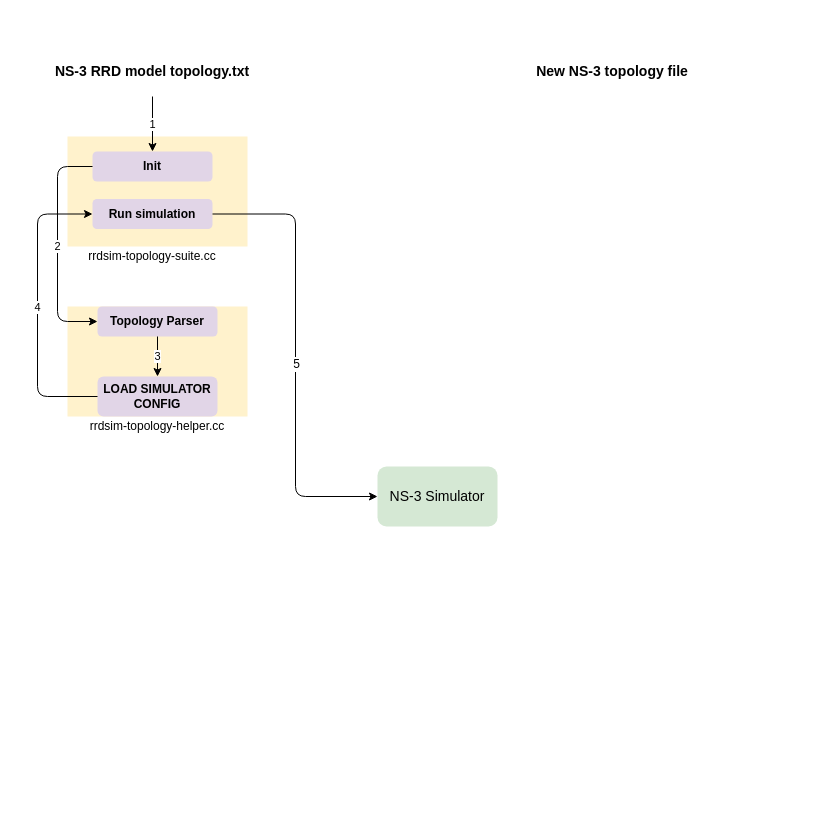
sugchand/drawio keeps this draw.io diagram as topology parser arch.drawio. Above is the earlier version. Source tidied: cells renumbered, new cells numbered last; positions are measured from the earlier drawing's top-left corner, leaving out a move shared by most shapes. Both pictures are drawn from the tidied source at 100%, with x=0, y=0 at pixel (37, 46).
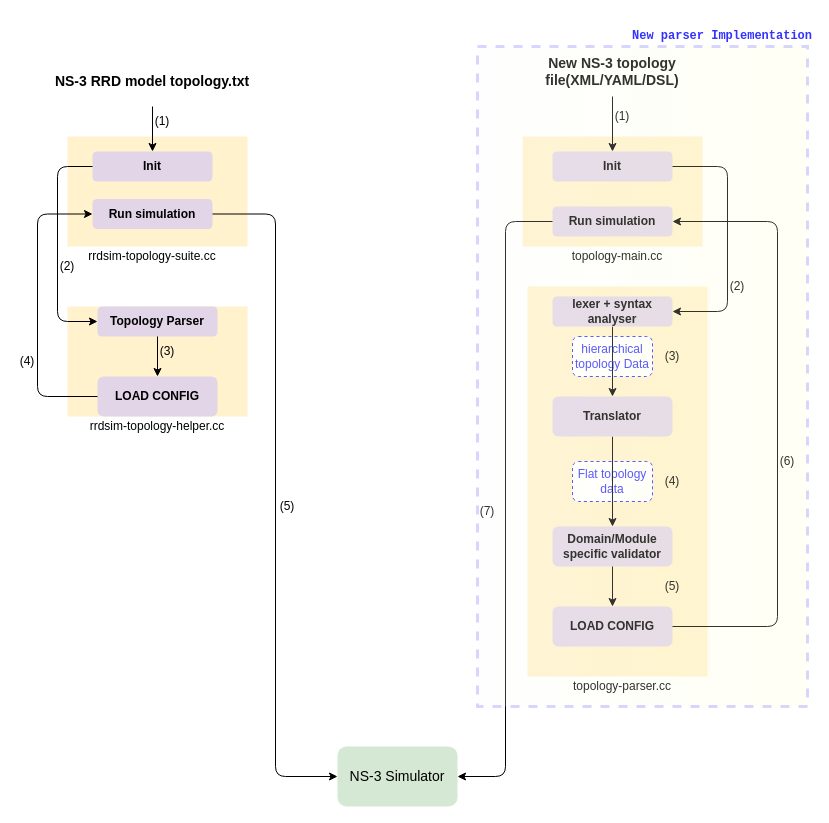
After the change.

The change refers to these unchanged cells:
```xml
<mxCell id="5" style="group;" parent="1" vertex="1">
  <mxGeometry x="30" y="260" width="180" height="130" as="geometry" />
</mxCell>
<mxCell id="8" value="&lt;b&gt;Topology Parser&lt;/b&gt;" style="rounded=1;whiteSpace=wrap;html=1;fillColor=#e1d5e7;strokeColor=none;" parent="5" vertex="1">
  <mxGeometry x="30" width="120" height="30" as="geometry" />
</mxCell>
<mxCell id="14" value="&lt;b&gt;Init&lt;/b&gt;" style="rounded=1;whiteSpace=wrap;html=1;fillColor=#e1d5e7;strokeColor=none;" parent="11" vertex="1">
  <mxGeometry x="25" y="15" width="120" height="30" as="geometry" />
</mxCell>
<mxCell id="15" value="&lt;b&gt;Run simulation&lt;/b&gt;" style="rounded=1;whiteSpace=wrap;html=1;fillColor=#e1d5e7;strokeColor=none;" parent="11" vertex="1">
  <mxGeometry x="25" y="62.5" width="120" height="30" as="geometry" />
</mxCell>
<mxCell id="19" style="endArrow=classic;html=1;exitX=1;exitY=0.5;exitDx=0;exitDy=0;entryX=0;entryY=0.5;entryDx=0;entryDy=0;edgeStyle=elbowEdgeStyle;" parent="1" edge="1" source="15" target="4">
  <mxGeometry relative="1" as="geometry" />
</mxCell>
```

What changed in the source:
```diff
@@
+    <mxCell id="21" style="rounded=0;whiteSpace=wrap;html=1;fillColor=#fff2cc;strokeColor=none;" parent="1" vertex="1">
+      <mxGeometry x="490" y="240" width="180" height="390" as="geometry" />
+    </mxCell>
+    <mxCell id="22" value="&lt;font color=&quot;#3333ff&quot;&gt;Flat topology data&lt;/font&gt;" style="rounded=1;whiteSpace=wrap;html=1;dashed=1;strokeColor=#3333FF;" parent="1" vertex="1">
+      <mxGeometry x="535" y="415" width="80" height="40" as="geometry" />
+    </mxCell>
+    <mxCell id="23" value="&lt;font color=&quot;#3333ff&quot;&gt;hierarchical topology Data&lt;/font&gt;" style="rounded=1;whiteSpace=wrap;html=1;dashed=1;strokeColor=#3333FF;" parent="1" vertex="1">
+      <mxGeometry x="535" y="290" width="80" height="40" as="geometry" />
+    </mxCell>
     <mxCell id="2" value="&lt;span style=&quot;font-size: 14px&quot;&gt;&lt;b&gt;NS-3 RRD model topology.txt&lt;/b&gt;&lt;/span&gt;" style="text;html=1;strokeColor=none;fillColor=none;align=center;verticalAlign=middle;whiteSpace=wrap;rounded=0;" parent="1" vertex="1">
-      <mxGeometry x="10" width="210" height="50" as="geometry" />
+      <mxGeometry x="10" y="10" width="210" height="50" as="geometry" />
     </mxCell>
-    <mxCell id="3" value="&lt;span style=&quot;font-size: 14px&quot;&gt;&lt;b&gt;New NS-3 topology file&lt;/b&gt;&lt;/span&gt;" style="text;html=1;strokeColor=none;fillColor=none;align=center;verticalAlign=middle;whiteSpace=wrap;rounded=0;" parent="1" vertex="1">
+    <mxCell id="3" value="&lt;span style=&quot;font-size: 14px&quot;&gt;&lt;b&gt;New NS-3 topology file(XML/YAML/DSL)&lt;/b&gt;&lt;/span&gt;" style="text;html=1;strokeColor=none;fillColor=none;align=center;verticalAlign=middle;whiteSpace=wrap;rounded=0;" parent="1" vertex="1">
       <mxGeometry x="470" width="210" height="50" as="geometry" />
     </mxCell>
     <mxCell id="4" value="&lt;font style=&quot;font-size: 14px&quot;&gt;NS-3 Simulator&lt;/font&gt;" style="rounded=1;whiteSpace=wrap;html=1;fillColor=#d5e8d4;strokeColor=none;" parent="1" vertex="1">
-      <mxGeometry x="340" y="420" width="120" height="60" as="geometry" />
+      <mxGeometry x="300" y="700" width="120" height="60" as="geometry" />
     </mxCell>
@@
-    <mxCell id="9" value="&lt;b&gt;LOAD SIMULATOR CONFIG&lt;/b&gt;" style="rounded=1;whiteSpace=wrap;html=1;fillColor=#e1d5e7;strokeColor=none;" parent="5" vertex="1">
+    <mxCell id="9" value="&lt;b&gt;LOAD CONFIG&lt;/b&gt;" style="rounded=1;whiteSpace=wrap;html=1;fillColor=#e1d5e7;strokeColor=none;" parent="5" vertex="1">
       <mxGeometry x="30" y="70" width="120" height="40" as="geometry" />
     </mxCell>
-    <mxCell id="10" value="3" style="endArrow=classic;html=1;exitX=0.5;exitY=1;exitDx=0;exitDy=0;" parent="5" edge="1" source="8" target="9">
+    <mxCell id="10" style="endArrow=classic;html=1;exitX=0.5;exitY=1;exitDx=0;exitDy=0;" parent="5" edge="1" source="8" target="9">
       <mxGeometry relative="1" as="geometry" />
     </mxCell>
+    <mxCell id="24" value="(3)" style="text;html=1;strokeColor=none;fillColor=none;align=center;verticalAlign=middle;whiteSpace=wrap;rounded=0;dashed=1;" parent="5" vertex="1">
+      <mxGeometry x="90" y="35" width="20" height="20" as="geometry" />
+    </mxCell>
@@
-    <mxCell id="16" value="1" style="endArrow=classic;html=1;" parent="1" edge="1" source="2" target="14">
+    <mxCell id="16" style="endArrow=classic;html=1;" parent="1" edge="1" source="2" target="14">
       <mxGeometry relative="1" as="geometry" />
     </mxCell>
-    <mxCell id="17" value="4" style="endArrow=classic;html=1;exitX=0;exitY=0.5;exitDx=0;exitDy=0;entryX=0;entryY=0.5;entryDx=0;entryDy=0;edgeStyle=elbowEdgeStyle;elbow=horizontal;" parent="1" edge="1" source="9" target="15">
+    <mxCell id="17" style="endArrow=classic;html=1;exitX=0;exitY=0.5;exitDx=0;exitDy=0;entryX=0;entryY=0.5;entryDx=0;entryDy=0;edgeStyle=elbowEdgeStyle;elbow=vertical;" parent="1" edge="1" source="9" target="15">
       <mxGeometry relative="1" as="geometry">
         <Array as="points">
           <mxPoint y="260" />
         </Array>
       </mxGeometry>
     </mxCell>
-    <mxCell id="18" value="2" style="endArrow=classic;html=1;exitX=0;exitY=0.5;exitDx=0;exitDy=0;edgeStyle=elbowEdgeStyle;elbow=vertical;entryX=0;entryY=0.5;entryDx=0;entryDy=0;" parent="1" edge="1" source="14" target="8">
+    <mxCell id="18" style="endArrow=classic;html=1;exitX=0;exitY=0.5;exitDx=0;exitDy=0;edgeStyle=elbowEdgeStyle;elbow=horizontal;entryX=0;entryY=0.5;entryDx=0;entryDy=0;" parent="1" edge="1" source="14" target="8">
       <mxGeometry relative="1" as="geometry">
         <Array as="points">
           <mxPoint x="20" y="190" />
         </Array>
       </mxGeometry>
     </mxCell>
@@
-    <mxCell id="20" value="5" style="text;html=1;align=center;verticalAlign=middle;labelBackgroundColor=#ffffff;" parent="19" vertex="1">
-      <mxGeometry x="0.04" relative="1" as="geometry" />
-    </mxCell>
+    <mxCell id="25" style="rounded=0;whiteSpace=wrap;html=1;fillColor=#fff2cc;strokeColor=none;" parent="1" vertex="1">
+      <mxGeometry x="485" y="90" width="180" height="110" as="geometry" />
+    </mxCell>
+    <mxCell id="26" value="topology-main.cc" style="text;html=1;strokeColor=none;fillColor=none;align=center;verticalAlign=middle;whiteSpace=wrap;rounded=0;" parent="1" vertex="1">
+      <mxGeometry x="500" y="200" width="160" height="20" as="geometry" />
+    </mxCell>
+    <mxCell id="27" value="topology-parser.cc" style="text;html=1;strokeColor=none;fillColor=none;align=center;verticalAlign=middle;whiteSpace=wrap;rounded=0;" parent="1" vertex="1">
+      <mxGeometry x="505" y="630" width="160" height="20" as="geometry" />
+    </mxCell>
+    <mxCell id="28" value="&lt;b&gt;Init&lt;/b&gt;" style="rounded=1;whiteSpace=wrap;html=1;fillColor=#e1d5e7;strokeColor=none;" parent="1" vertex="1">
+      <mxGeometry x="515" y="105" width="120" height="30" as="geometry" />
+    </mxCell>
+    <mxCell id="29" value="&lt;b&gt;Run simulation&lt;/b&gt;" style="rounded=1;whiteSpace=wrap;html=1;fillColor=#e1d5e7;strokeColor=none;" parent="1" vertex="1">
+      <mxGeometry x="515" y="160" width="120" height="30" as="geometry" />
+    </mxCell>
+    <mxCell id="30" style="edgeStyle=elbowEdgeStyle;rounded=0;jettySize=auto;html=1;exitX=0.5;exitY=1;exitDx=0;exitDy=0;entryX=0.5;entryY=0;entryDx=0;entryDy=0;" parent="1" edge="1" source="31" target="33">
+      <mxGeometry relative="1" as="geometry" />
+    </mxCell>
+    <mxCell id="31" value="&lt;b&gt;lexer + syntax analyser&lt;/b&gt;" style="rounded=1;whiteSpace=wrap;html=1;fillColor=#e1d5e7;strokeColor=none;" parent="1" vertex="1">
+      <mxGeometry x="515" y="250" width="120" height="30" as="geometry" />
+    </mxCell>
+    <mxCell id="32" style="endArrow=classic;html=1;exitX=0.5;exitY=1;exitDx=0;exitDy=0;entryX=0.5;entryY=0;entryDx=0;entryDy=0;" parent="1" edge="1" source="33" target="34">
+      <mxGeometry relative="1" as="geometry" />
+    </mxCell>
+    <mxCell id="33" value="&lt;b&gt;Translator&lt;/b&gt;" style="rounded=1;whiteSpace=wrap;html=1;fillColor=#e1d5e7;strokeColor=none;" parent="1" vertex="1">
+      <mxGeometry x="515" y="350" width="120" height="40" as="geometry" />
+    </mxCell>
+    <mxCell id="34" value="&lt;b&gt;Domain/Module specific validator&lt;/b&gt;" style="rounded=1;whiteSpace=wrap;html=1;fillColor=#e1d5e7;strokeColor=none;" parent="1" vertex="1">
+      <mxGeometry x="515" y="480" width="120" height="40" as="geometry" />
+    </mxCell>
+    <mxCell id="35" value="&lt;b&gt;LOAD CONFIG&lt;/b&gt;" style="rounded=1;whiteSpace=wrap;html=1;fillColor=#e1d5e7;strokeColor=none;" parent="1" vertex="1">
+      <mxGeometry x="515" y="560" width="120" height="40" as="geometry" />
+    </mxCell>
+    <mxCell id="36" style="endArrow=classic;html=1;exitX=0.5;exitY=1;exitDx=0;exitDy=0;" parent="1" edge="1" source="34" target="35">
+      <mxGeometry relative="1" as="geometry" />
+    </mxCell>
+    <mxCell id="37" style="edgeStyle=elbowEdgeStyle;rounded=0;jettySize=auto;html=1;exitX=0.5;exitY=1;exitDx=0;exitDy=0;entryX=0.5;entryY=0;entryDx=0;entryDy=0;" parent="1" edge="1" source="3" target="28">
+      <mxGeometry relative="1" as="geometry" />
+    </mxCell>
+    <mxCell id="38" value="(1)" style="text;html=1;strokeColor=none;fillColor=none;align=center;verticalAlign=middle;whiteSpace=wrap;rounded=0;dashed=1;" parent="1" vertex="1">
+      <mxGeometry x="575" y="60" width="20" height="20" as="geometry" />
+    </mxCell>
+    <mxCell id="39" value="(3)" style="text;html=1;strokeColor=none;fillColor=none;align=center;verticalAlign=middle;whiteSpace=wrap;rounded=0;dashed=1;" parent="1" vertex="1">
+      <mxGeometry x="625" y="300" width="20" height="20" as="geometry" />
+    </mxCell>
+    <mxCell id="40" value="(4)" style="text;html=1;strokeColor=none;fillColor=none;align=center;verticalAlign=middle;whiteSpace=wrap;rounded=0;dashed=1;" parent="1" vertex="1">
+      <mxGeometry x="625" y="425" width="20" height="20" as="geometry" />
+    </mxCell>
+    <mxCell id="41" value="(5)" style="text;html=1;strokeColor=none;fillColor=none;align=center;verticalAlign=middle;whiteSpace=wrap;rounded=0;dashed=1;" parent="1" vertex="1">
+      <mxGeometry x="625" y="530" width="20" height="20" as="geometry" />
+    </mxCell>
+    <mxCell id="42" style="endArrow=classic;html=1;exitX=1;exitY=0.5;exitDx=0;exitDy=0;entryX=1;entryY=0.5;entryDx=0;entryDy=0;edgeStyle=elbowEdgeStyle;" parent="1" edge="1" source="28" target="31">
+      <mxGeometry relative="1" as="geometry">
+        <Array as="points">
+          <mxPoint x="690" y="193" />
+        </Array>
+      </mxGeometry>
+    </mxCell>
+    <mxCell id="43" value="(2)" style="text;html=1;strokeColor=none;fillColor=none;align=center;verticalAlign=middle;whiteSpace=wrap;rounded=0;dashed=1;" parent="1" vertex="1">
+      <mxGeometry x="690" y="230" width="20" height="20" as="geometry" />
+    </mxCell>
+    <mxCell id="44" style="endArrow=classic;html=1;exitX=1;exitY=0.5;exitDx=0;exitDy=0;entryX=1;entryY=0.5;entryDx=0;entryDy=0;edgeStyle=elbowEdgeStyle;" parent="1" edge="1" source="35" target="29">
+      <mxGeometry relative="1" as="geometry">
+        <Array as="points">
+          <mxPoint x="740" y="378" />
+        </Array>
+      </mxGeometry>
+    </mxCell>
+    <mxCell id="45" value="(6)" style="text;html=1;strokeColor=none;fillColor=none;align=center;verticalAlign=middle;whiteSpace=wrap;rounded=0;dashed=1;" parent="1" vertex="1">
+      <mxGeometry x="740" y="405" width="20" height="20" as="geometry" />
+    </mxCell>
+    <mxCell id="46" style="endArrow=classic;html=1;exitX=0;exitY=0.5;exitDx=0;exitDy=0;entryX=1;entryY=0.5;entryDx=0;entryDy=0;edgeStyle=elbowEdgeStyle;" parent="1" edge="1" source="29" target="4">
+      <mxGeometry relative="1" as="geometry" />
+    </mxCell>
+    <mxCell id="47" value="(7)" style="text;html=1;strokeColor=none;fillColor=none;align=center;verticalAlign=middle;whiteSpace=wrap;rounded=0;dashed=1;" parent="1" vertex="1">
+      <mxGeometry x="440" y="455" width="20" height="20" as="geometry" />
+    </mxCell>
+    <mxCell id="48" value="(1)" style="text;html=1;strokeColor=none;fillColor=none;align=center;verticalAlign=middle;whiteSpace=wrap;rounded=0;dashed=1;" parent="1" vertex="1">
+      <mxGeometry x="115" y="65" width="20" height="20" as="geometry" />
+    </mxCell>
+    <mxCell id="49" value="(2)" style="text;html=1;strokeColor=none;fillColor=none;align=center;verticalAlign=middle;whiteSpace=wrap;rounded=0;dashed=1;" parent="1" vertex="1">
+      <mxGeometry x="20" y="210" width="20" height="20" as="geometry" />
+    </mxCell>
+    <mxCell id="50" value="(4)" style="text;html=1;strokeColor=none;fillColor=none;align=center;verticalAlign=middle;whiteSpace=wrap;rounded=0;dashed=1;" parent="1" vertex="1">
+      <mxGeometry x="-20" y="305" width="20" height="20" as="geometry" />
+    </mxCell>
+    <mxCell id="51" value="(5)" style="text;html=1;strokeColor=none;fillColor=none;align=center;verticalAlign=middle;whiteSpace=wrap;rounded=0;dashed=1;" parent="1" vertex="1">
+      <mxGeometry x="240" y="450" width="20" height="20" as="geometry" />
+    </mxCell>
+    <mxCell id="52" style="rounded=0;whiteSpace=wrap;html=1;dashed=1;strokeColor=#3333FF;fillColor=#FAFAFA;gradientColor=#FFFFCC;opacity=20;strokeWidth=3;gradientDirection=east;" parent="1" vertex="1">
+      <mxGeometry x="440" width="330" height="660" as="geometry" />
+    </mxCell>
+    <mxCell id="53" style="edgeStyle=elbowEdgeStyle;rounded=0;orthogonalLoop=1;jettySize=auto;html=1;exitX=0.5;exitY=1;exitDx=0;exitDy=0;" parent="1" edge="1" source="52" target="52">
+      <mxGeometry relative="1" as="geometry" />
+    </mxCell>
+    <mxCell id="54" value="&lt;pre&gt;&lt;b&gt;&lt;font color=&quot;#3333ff&quot; style=&quot;line-height: 100%&quot;&gt;New parser Implementation&lt;/font&gt;&lt;/b&gt;&lt;/pre&gt;" style="text;html=1;strokeColor=none;fillColor=none;align=center;verticalAlign=middle;whiteSpace=wrap;rounded=0;dashed=1;opacity=20;" parent="1" vertex="1">
+      <mxGeometry x="605" y="-20" width="160" height="20" as="geometry" />
+    </mxCell>
```
